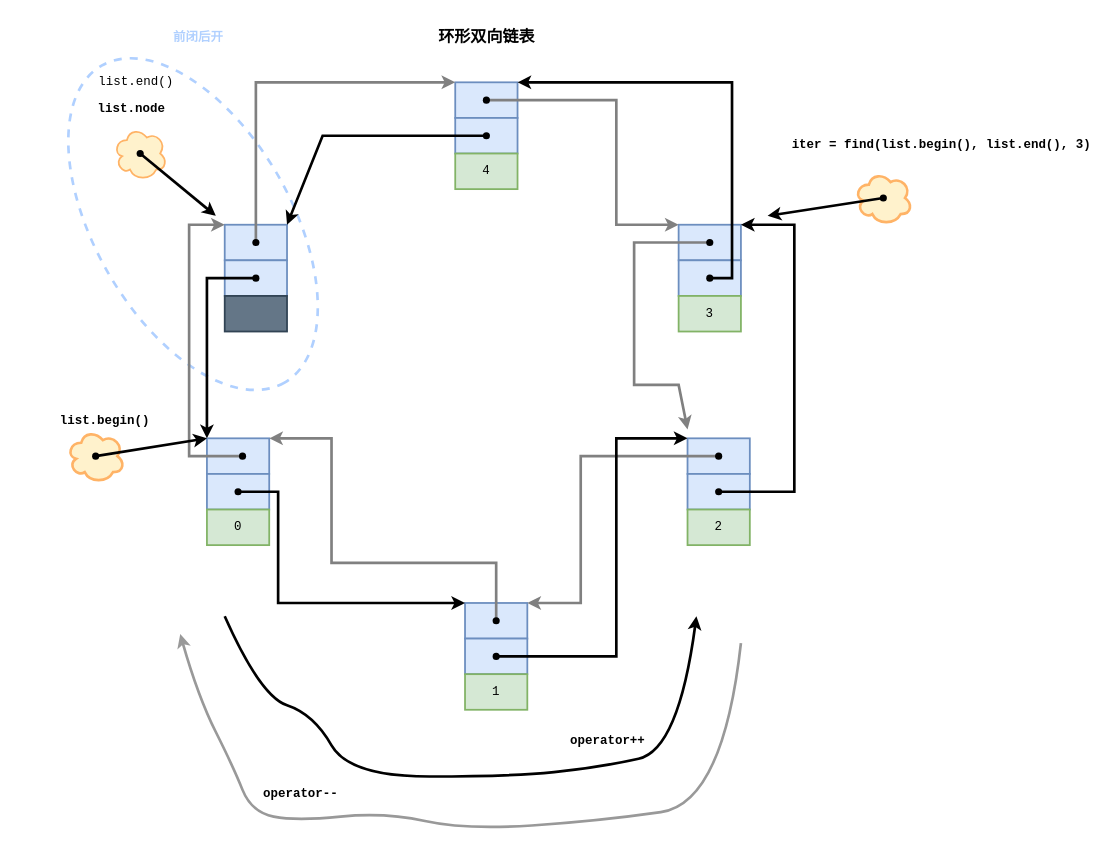
Above: public/img/STL/list.drawio in JoyChenNo1/JoyChenNo1.github.io (draw.io), before the change. Source tidied: cells renumbered, new cells numbered last; positions are measured from the earlier drawing's top-left corner, leaving out a move shared by most shapes. Both pictures are drawn from the tidied source at 89%, with x=0, y=0 at pixel (10, 28).
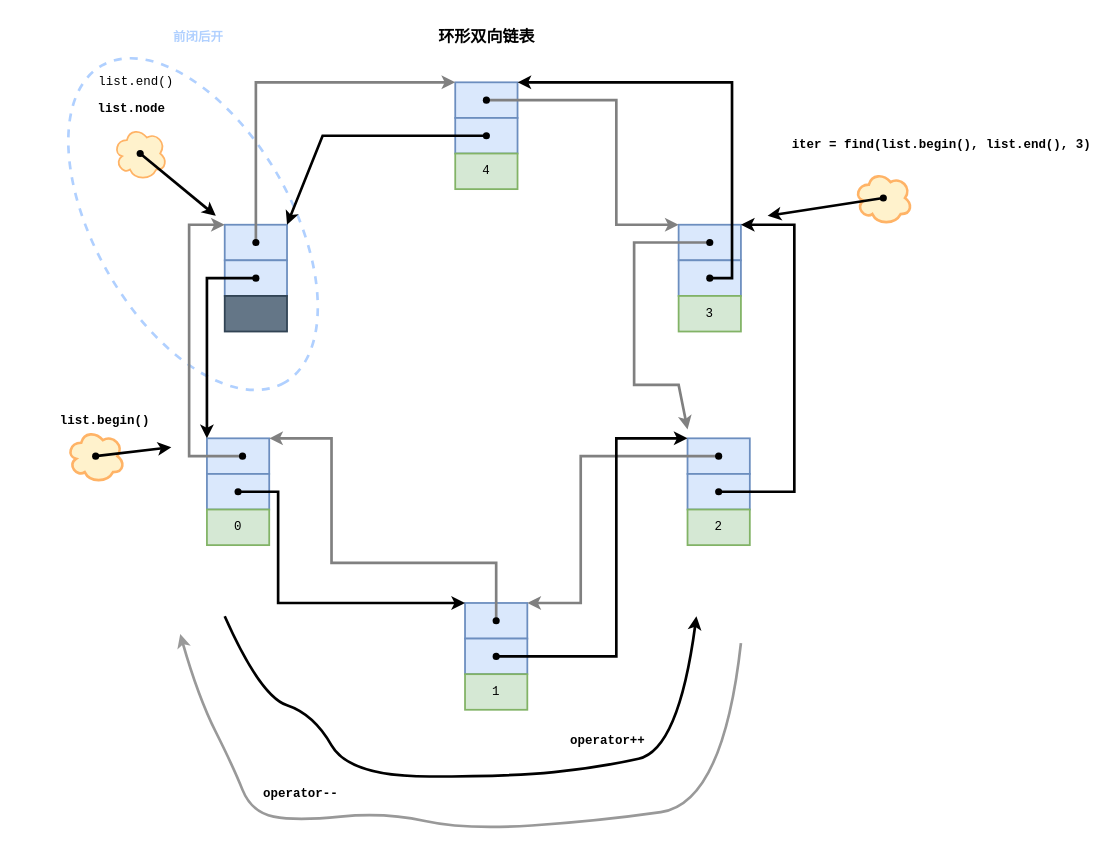
After the change.

The change refers to these unchanged cells:
```xml
<mxCell id="4" style="rounded=0;whiteSpace=wrap;html=1;strokeWidth=2;fillColor=#dae8fc;strokeColor=#6c8ebf;" parent="1" vertex="1">
  <mxGeometry x="221" y="460" width="70" height="40" as="geometry" />
</mxCell>
<mxCell id="57" style="shape=waypoint;sketch=0;fillStyle=solid;size=6;points=[];fillColor=none;perimeter=centerPerimeter;snapToPoint=1;strokeWidth=2;" parent="1" vertex="1">
  <mxGeometry x="76" y="460" width="40" height="40" as="geometry" />
</mxCell>
```

Diff of the diagram source:
```diff
@@
-    <mxCell id="56" style="edgeStyle=none;rounded=0;jettySize=auto;html=1;entryX=0;entryY=0;entryDx=0;entryDy=0;strokeColor=#000000;strokeWidth=3;" parent="1" edge="1" source="57" target="4">
-      <mxGeometry relative="1" as="geometry" />
+    <mxCell id="56" style="edgeStyle=none;rounded=0;jettySize=auto;html=1;strokeColor=#000000;strokeWidth=3;" parent="1" edge="1" source="57">
+      <mxGeometry relative="1" as="geometry">
+        <mxPoint x="181" y="470" as="targetPoint" />
+      </mxGeometry>
     </mxCell>
```
